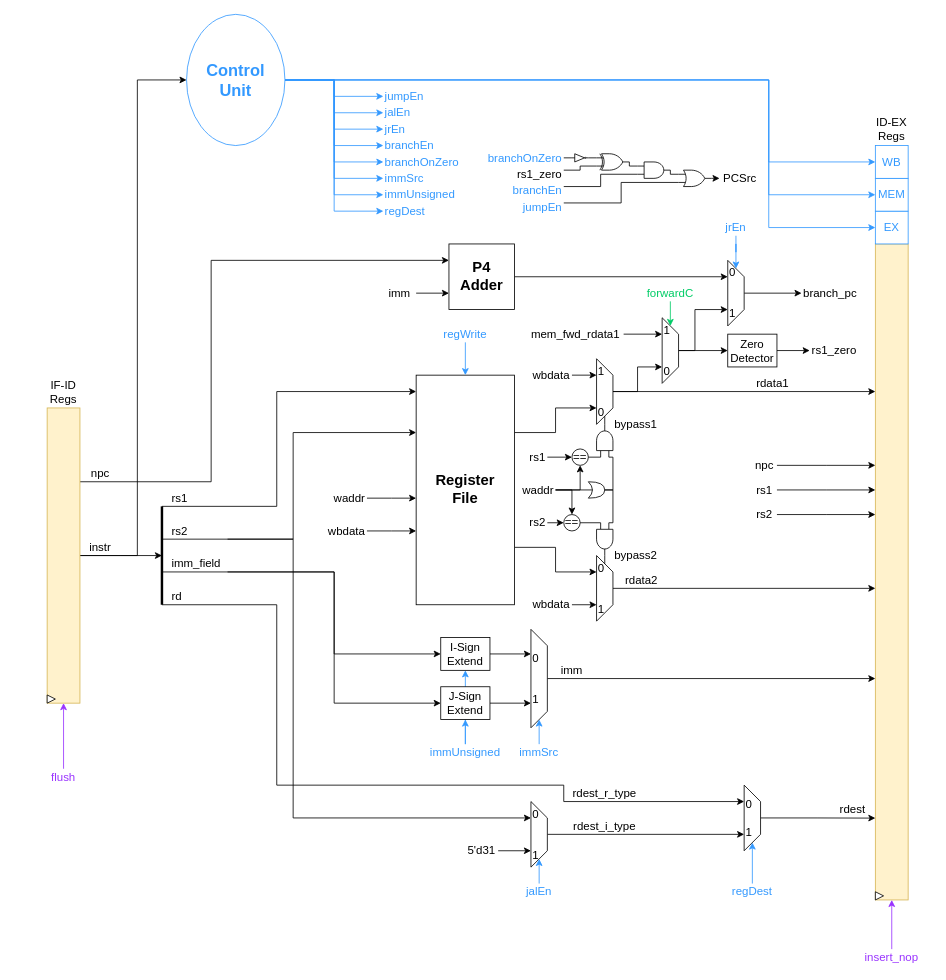
Earlier version of the draw.io diagram page "Instruction Decode" (6 of 16) of docs/dlx_architecture.drawio (lorenzobadas/DLX). Source tidied: cells renumbered, new cells numbered last; positions are measured from the earlier drawing's top-left corner, leaving out a move shared by most shapes. Both pictures are drawn from the tidied source at 82%, with x=0, y=0 at pixel (22, 14).
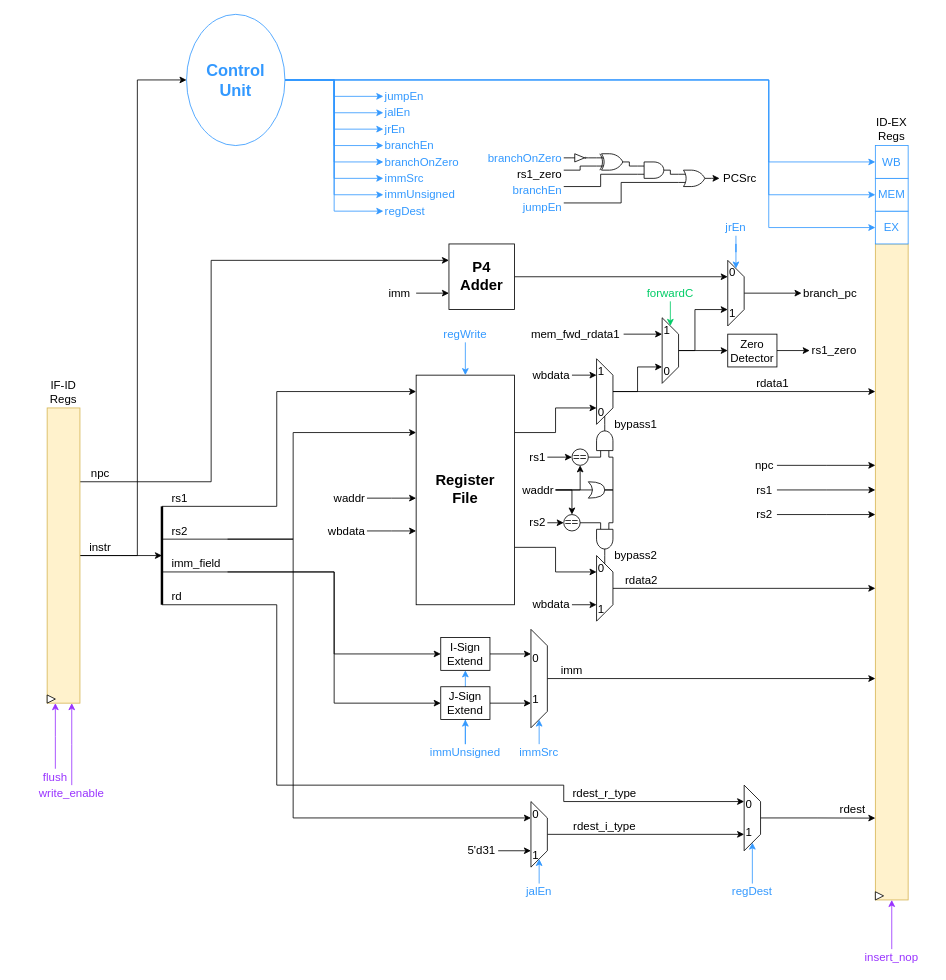
The same page after the edit.

The change refers to these unchanged cells:
```xml
<mxCell id="6" style="rounded=0;whiteSpace=wrap;html=1;fontSize=14;fillColor=#fff2cc;strokeColor=#d6b656;" parent="1" vertex="1">
  <mxGeometry x="30" y="480" width="40" height="360" as="geometry" />
</mxCell>
```

What changed in the source:
```diff
@@
-    <mxCell id="146" style="edgeStyle=orthogonalEdgeStyle;rounded=0;jettySize=auto;html=1;exitX=0.5;exitY=0;exitDx=0;exitDy=0;entryX=0.5;entryY=1;entryDx=0;entryDy=0;strokeColor=#9933FF;fontSize=14;" parent="1" edge="1" source="147" target="6">
-      <mxGeometry relative="1" as="geometry" />
-    </mxCell>
-    <mxCell id="147" value="flush" style="text;html=1;align=center;verticalAlign=middle;whiteSpace=wrap;rounded=0;fontSize=14;fontColor=#9933FF;" parent="1" vertex="1">
-      <mxGeometry y="920" width="100" height="20" as="geometry" />
-    </mxCell>
@@
+    <mxCell id="162" style="edgeStyle=orthogonalEdgeStyle;rounded=0;jettySize=auto;html=1;exitX=0.5;exitY=0;exitDx=0;exitDy=0;entryX=0.5;entryY=1;entryDx=0;entryDy=0;strokeColor=#9933FF;fontSize=14;" parent="1" edge="1" source="147">
+      <mxGeometry relative="1" as="geometry">
+        <mxPoint x="40" y="840" as="targetPoint" />
+      </mxGeometry>
+    </mxCell>
+    <mxCell id="147" value="flush" style="text;html=1;align=center;verticalAlign=middle;whiteSpace=wrap;rounded=0;fontSize=14;fontColor=#9933FF;" parent="1" vertex="1">
+      <mxGeometry x="-10" y="920" width="100" height="20" as="geometry" />
+    </mxCell>
+    <mxCell id="163" style="edgeStyle=orthogonalEdgeStyle;rounded=0;jettySize=auto;html=1;exitX=0.5;exitY=0;exitDx=0;exitDy=0;strokeColor=#9933FF;fontSize=14;" parent="1" edge="1" source="164">
+      <mxGeometry relative="1" as="geometry">
+        <mxPoint x="60" y="840" as="targetPoint" />
+      </mxGeometry>
+    </mxCell>
+    <mxCell id="164" value="write_enable" style="text;html=1;align=center;verticalAlign=middle;whiteSpace=wrap;rounded=0;fontSize=14;fontColor=#9933FF;" parent="1" vertex="1">
+      <mxGeometry x="10" y="940" width="100" height="20" as="geometry" />
+    </mxCell>
```
